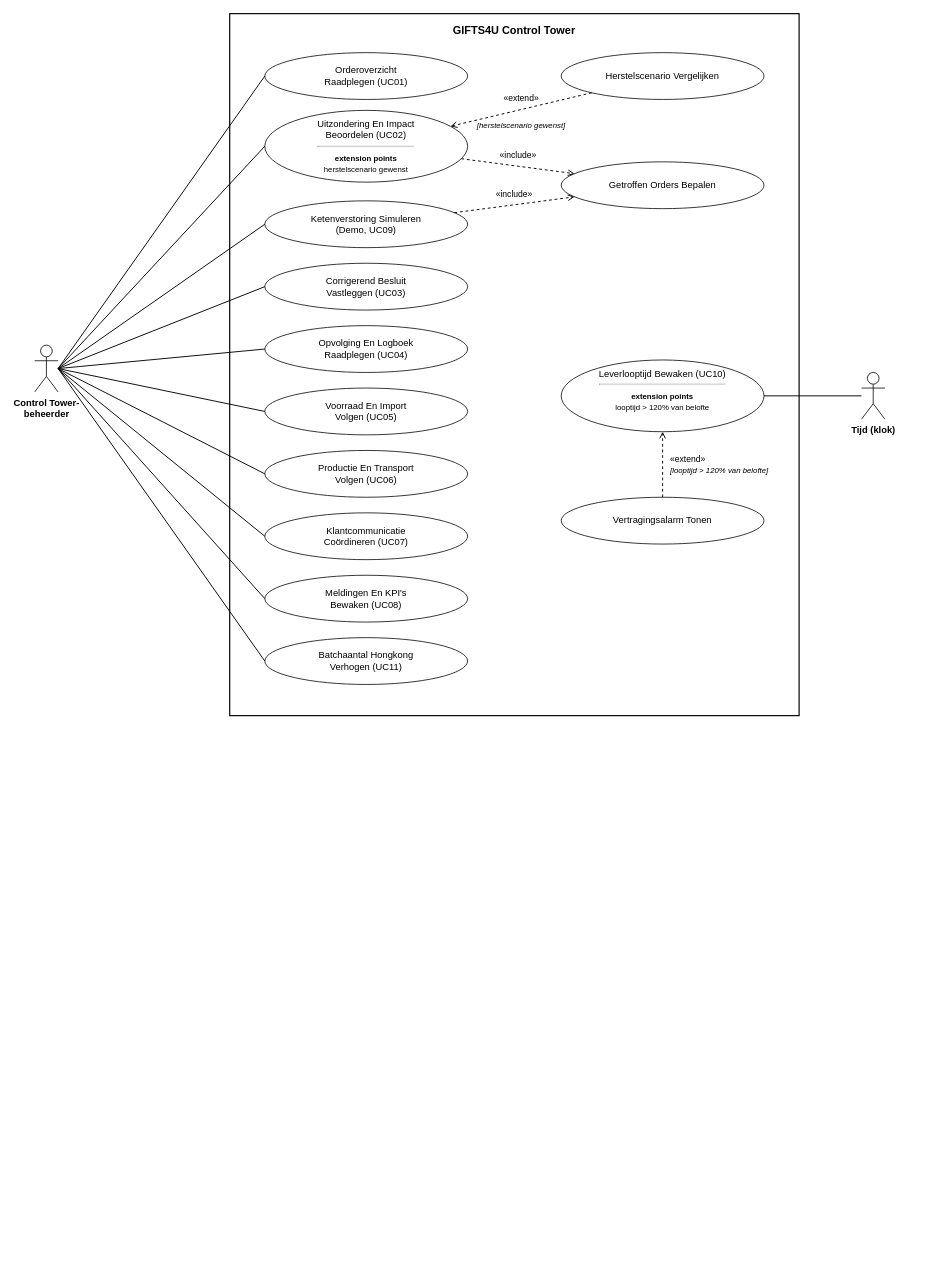
Before: products/system context/use-case-diagram.drawio in Immanuel-Cairo/gifts4u-control-tower, a draw.io diagram. Source tidied: cells renumbered, new cells numbered last; positions are measured from the earlier drawing's top-left corner, leaving out a move shared by most shapes. Both pictures are drawn from the tidied source at 78%, with x=0, y=0 at pixel (34, 13).
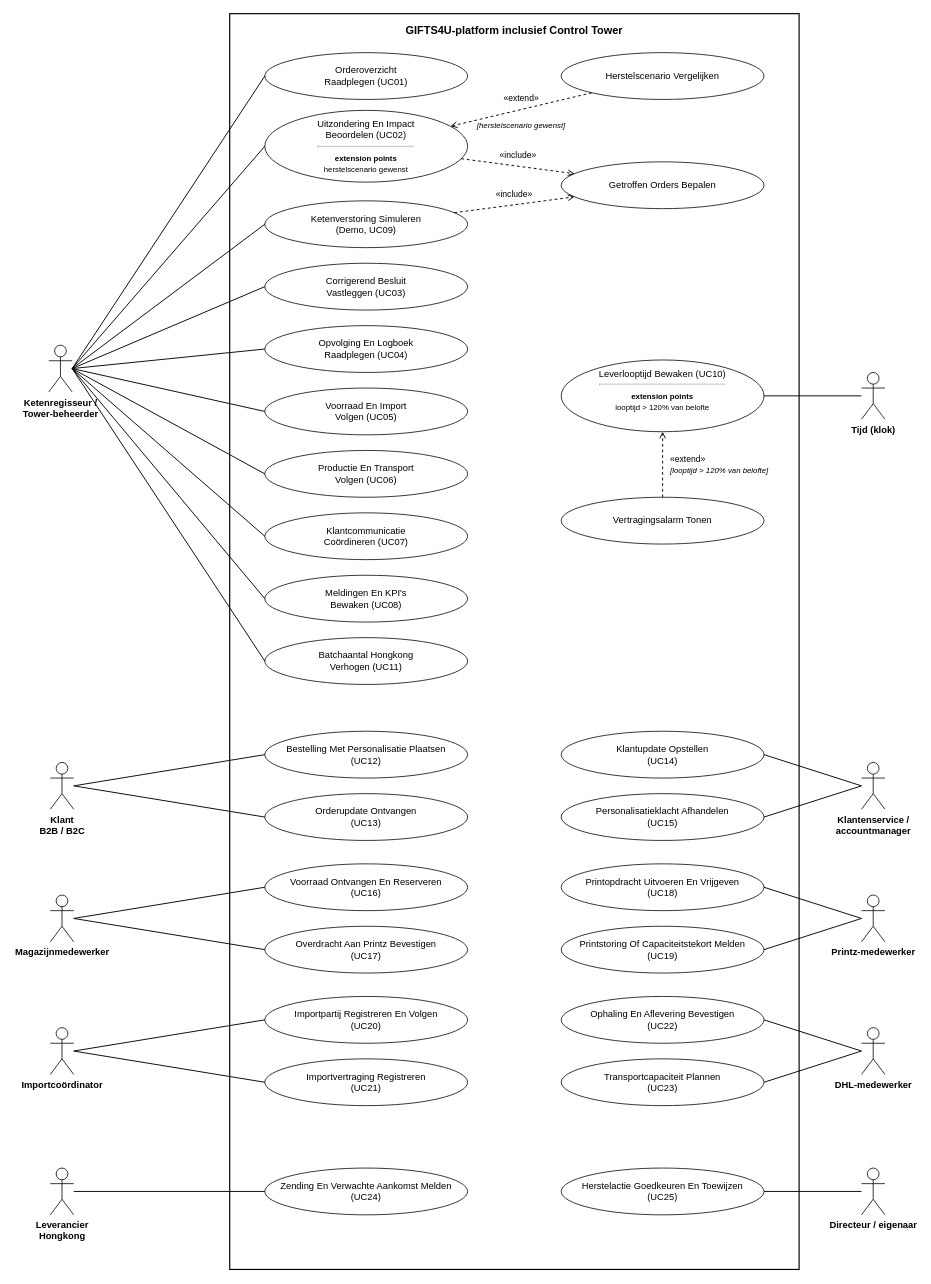
After the change.

Commit message (it also covers changes not shown here):
Herstel de ketenrollen in het GIFTS4U-use-casediagram (#73)

The change refers to these unchanged cells:
```xml
<mxCell id="5" value="Uitzondering En Impact&lt;br&gt;Beoordelen (UC02)&lt;hr&gt;&lt;b style=&quot;font-size:10px&quot;&gt;extension points&lt;/b&gt;&lt;br&gt;&lt;span style=&quot;font-size:10px&quot;&gt;herstelscenario gewenst&lt;/span&gt;" style="ellipse;html=1;whiteSpace=wrap;fontFamily=Arial;fontSize=12;verticalAlign=top;spacingTop=4;" parent="1" vertex="1">
  <mxGeometry x="295" y="124" width="260" height="92" as="geometry" />
</mxCell>
<mxCell id="6" value="Ketenverstoring Simuleren&lt;br&gt;(Demo, UC09)" style="ellipse;html=1;whiteSpace=wrap;fontFamily=Arial;fontSize=12;" parent="1" vertex="1">
  <mxGeometry x="295" y="240" width="260" height="60" as="geometry" />
</mxCell>
<mxCell id="14" value="Herstelscenario Vergelijken" style="ellipse;html=1;whiteSpace=wrap;fontFamily=Arial;fontSize=12;" parent="1" vertex="1">
  <mxGeometry x="675" y="50" width="260" height="60" as="geometry" />
</mxCell>
<mxCell id="15" value="Getroffen Orders Bepalen" style="ellipse;html=1;whiteSpace=wrap;fontFamily=Arial;fontSize=12;" parent="1" vertex="1">
  <mxGeometry x="675" y="190" width="260" height="60" as="geometry" />
</mxCell>
<mxCell id="16" value="Leverlooptijd Bewaken (UC10)&lt;hr&gt;&lt;b style=&quot;font-size:10px&quot;&gt;extension points&lt;/b&gt;&lt;br&gt;&lt;span style=&quot;font-size:10px&quot;&gt;looptijd &gt; 120% van belofte&lt;/span&gt;" style="ellipse;html=1;whiteSpace=wrap;fontFamily=Arial;fontSize=12;verticalAlign=top;spacingTop=4;" parent="1" vertex="1">
  <mxGeometry x="675" y="444" width="260" height="92" as="geometry" />
</mxCell>
<mxCell id="17" value="Vertragingsalarm Tonen" style="ellipse;html=1;whiteSpace=wrap;fontFamily=Arial;fontSize=12;" parent="1" vertex="1">
  <mxGeometry x="675" y="620" width="260" height="60" as="geometry" />
</mxCell>
<mxCell id="19" value="Tijd (klok)" style="shape=umlActor;verticalLabelPosition=bottom;verticalAlign=top;html=1;fontStyle=1;fontFamily=Arial;" parent="1" vertex="1">
  <mxGeometry x="1060" y="460" width="30" height="60" as="geometry" />
</mxCell>
```

What changed in the source:
```diff
@@
     <mxCell id="2" style="rounded=0;html=1;fillColor=none;strokeColor=#000000;strokeWidth=1.5;" parent="1" vertex="1">
-      <mxGeometry x="250" width="730" height="900" as="geometry" />
+      <mxGeometry x="250" width="730" height="1610" as="geometry" />
     </mxCell>
-    <mxCell id="3" value="GIFTS4U Control Tower" style="text;html=1;whiteSpace=wrap;fontFamily=Arial;align=center;verticalAlign=middle;fontColor=#000000;fontSize=14;fontStyle=1;" parent="1" vertex="1">
+    <mxCell id="3" value="GIFTS4U-platform inclusief Control Tower" style="text;html=1;whiteSpace=wrap;fontFamily=Arial;align=center;verticalAlign=middle;fontColor=#000000;fontSize=14;fontStyle=1;" parent="1" vertex="1">
       <mxGeometry x="465" y="13" width="300" height="18" as="geometry" />
     </mxCell>
@@
+    <mxCell id="41" value="Bestelling Met Personalisatie Plaatsen&lt;br&gt;(UC12)" style="ellipse;html=1;whiteSpace=wrap;fontFamily=Arial;fontSize=12;" parent="1" vertex="1">
+      <mxGeometry x="295" y="920" width="260" height="60" as="geometry" />
+    </mxCell>
+    <mxCell id="42" value="Orderupdate Ontvangen&lt;br&gt;(UC13)" style="ellipse;html=1;whiteSpace=wrap;fontFamily=Arial;fontSize=12;" parent="1" vertex="1">
+      <mxGeometry x="295" y="1000" width="260" height="60" as="geometry" />
+    </mxCell>
+    <mxCell id="43" value="Klantupdate Opstellen&lt;br&gt;(UC14)" style="ellipse;html=1;whiteSpace=wrap;fontFamily=Arial;fontSize=12;" parent="1" vertex="1">
+      <mxGeometry x="675" y="920" width="260" height="60" as="geometry" />
+    </mxCell>
+    <mxCell id="44" value="Personalisatieklacht Afhandelen&lt;br&gt;(UC15)" style="ellipse;html=1;whiteSpace=wrap;fontFamily=Arial;fontSize=12;" parent="1" vertex="1">
+      <mxGeometry x="675" y="1000" width="260" height="60" as="geometry" />
+    </mxCell>
+    <mxCell id="45" value="Voorraad Ontvangen En Reserveren&lt;br&gt;(UC16)" style="ellipse;html=1;whiteSpace=wrap;fontFamily=Arial;fontSize=12;" parent="1" vertex="1">
+      <mxGeometry x="295" y="1090" width="260" height="60" as="geometry" />
+    </mxCell>
+    <mxCell id="46" value="Overdracht Aan Printz Bevestigen&lt;br&gt;(UC17)" style="ellipse;html=1;whiteSpace=wrap;fontFamily=Arial;fontSize=12;" parent="1" vertex="1">
+      <mxGeometry x="295" y="1170" width="260" height="60" as="geometry" />
+    </mxCell>
+    <mxCell id="47" value="Printopdracht Uitvoeren En Vrijgeven&lt;br&gt;(UC18)" style="ellipse;html=1;whiteSpace=wrap;fontFamily=Arial;fontSize=12;" parent="1" vertex="1">
+      <mxGeometry x="675" y="1090" width="260" height="60" as="geometry" />
+    </mxCell>
+    <mxCell id="48" value="Printstoring Of Capaciteitstekort Melden&lt;br&gt;(UC19)" style="ellipse;html=1;whiteSpace=wrap;fontFamily=Arial;fontSize=12;" parent="1" vertex="1">
+      <mxGeometry x="675" y="1170" width="260" height="60" as="geometry" />
+    </mxCell>
+    <mxCell id="49" value="Importpartij Registreren En Volgen&lt;br&gt;(UC20)" style="ellipse;html=1;whiteSpace=wrap;fontFamily=Arial;fontSize=12;" parent="1" vertex="1">
+      <mxGeometry x="295" y="1260" width="260" height="60" as="geometry" />
+    </mxCell>
+    <mxCell id="50" value="Importvertraging Registreren&lt;br&gt;(UC21)" style="ellipse;html=1;whiteSpace=wrap;fontFamily=Arial;fontSize=12;" parent="1" vertex="1">
+      <mxGeometry x="295" y="1340" width="260" height="60" as="geometry" />
+    </mxCell>
+    <mxCell id="51" value="Ophaling En Aflevering Bevestigen&lt;br&gt;(UC22)" style="ellipse;html=1;whiteSpace=wrap;fontFamily=Arial;fontSize=12;" parent="1" vertex="1">
+      <mxGeometry x="675" y="1260" width="260" height="60" as="geometry" />
+    </mxCell>
+    <mxCell id="52" value="Transportcapaciteit Plannen&lt;br&gt;(UC23)" style="ellipse;html=1;whiteSpace=wrap;fontFamily=Arial;fontSize=12;" parent="1" vertex="1">
+      <mxGeometry x="675" y="1340" width="260" height="60" as="geometry" />
+    </mxCell>
+    <mxCell id="53" value="Zending En Verwachte Aankomst Melden&lt;br&gt;(UC24)" style="ellipse;html=1;whiteSpace=wrap;fontFamily=Arial;fontSize=12;" parent="1" vertex="1">
+      <mxGeometry x="295" y="1480" width="260" height="60" as="geometry" />
+    </mxCell>
+    <mxCell id="54" value="Herstelactie Goedkeuren En Toewijzen&lt;br&gt;(UC25)" style="ellipse;html=1;whiteSpace=wrap;fontFamily=Arial;fontSize=12;" parent="1" vertex="1">
+      <mxGeometry x="675" y="1480" width="260" height="60" as="geometry" />
+    </mxCell>
@@
-    <mxCell id="18" value="Control Tower-&lt;br&gt;beheerder" style="shape=umlActor;verticalLabelPosition=bottom;verticalAlign=top;html=1;fontStyle=1;fontFamily=Arial;" parent="1" vertex="1">
-      <mxGeometry y="425" width="30" height="60" as="geometry" />
+    <mxCell id="18" value="Ketenregisseur /&lt;br&gt;Tower-beheerder" style="shape=umlActor;verticalLabelPosition=bottom;verticalAlign=top;html=1;fontStyle=1;fontFamily=Arial;" parent="1" vertex="1">
+      <mxGeometry x="18" y="425" width="30" height="60" as="geometry" />
     </mxCell>
+    <mxCell id="55" value="Klant&lt;br&gt;B2B / B2C" style="shape=umlActor;verticalLabelPosition=bottom;verticalAlign=top;html=1;fontStyle=1;fontFamily=Arial;" parent="1" vertex="1">
+      <mxGeometry x="20" y="960" width="30" height="60" as="geometry" />
+    </mxCell>
+    <mxCell id="56" value="Klantenservice /&lt;br&gt;accountmanager" style="shape=umlActor;verticalLabelPosition=bottom;verticalAlign=top;html=1;fontStyle=1;fontFamily=Arial;" parent="1" vertex="1">
+      <mxGeometry x="1060" y="960" width="30" height="60" as="geometry" />
+    </mxCell>
+    <mxCell id="57" value="Magazijnmedewerker" style="shape=umlActor;verticalLabelPosition=bottom;verticalAlign=top;html=1;fontStyle=1;fontFamily=Arial;" parent="1" vertex="1">
+      <mxGeometry x="20" y="1130" width="30" height="60" as="geometry" />
+    </mxCell>
+    <mxCell id="58" value="Printz-medewerker" style="shape=umlActor;verticalLabelPosition=bottom;verticalAlign=top;html=1;fontStyle=1;fontFamily=Arial;" parent="1" vertex="1">
+      <mxGeometry x="1060" y="1130" width="30" height="60" as="geometry" />
+    </mxCell>
+    <mxCell id="59" value="Importcoördinator" style="shape=umlActor;verticalLabelPosition=bottom;verticalAlign=top;html=1;fontStyle=1;fontFamily=Arial;" parent="1" vertex="1">
+      <mxGeometry x="20" y="1300" width="30" height="60" as="geometry" />
+    </mxCell>
+    <mxCell id="60" value="DHL-medewerker" style="shape=umlActor;verticalLabelPosition=bottom;verticalAlign=top;html=1;fontStyle=1;fontFamily=Arial;" parent="1" vertex="1">
+      <mxGeometry x="1060" y="1300" width="30" height="60" as="geometry" />
+    </mxCell>
+    <mxCell id="61" value="Leverancier&lt;br&gt;Hongkong" style="shape=umlActor;verticalLabelPosition=bottom;verticalAlign=top;html=1;fontStyle=1;fontFamily=Arial;" parent="1" vertex="1">
+      <mxGeometry x="20" y="1480" width="30" height="60" as="geometry" />
+    </mxCell>
+    <mxCell id="62" value="Directeur / eigenaar" style="shape=umlActor;verticalLabelPosition=bottom;verticalAlign=top;html=1;fontStyle=1;fontFamily=Arial;" parent="1" vertex="1">
+      <mxGeometry x="1060" y="1480" width="30" height="60" as="geometry" />
+    </mxCell>
@@
-    <mxCell id="30" style="edgeStyle=none;html=1;rounded=0;strokeColor=#000000;strokeWidth=1.2;exitX=0;exitY=0.5;exitDx=0;exitDy=0;entryX=1;entryY=0.5;entryDx=0;entryDy=0;endArrow=none;startArrow=none;" parent="1" edge="1" source="19" target="16">
+    <mxCell id="30" style="edgeStyle=none;html=1;rounded=0;strokeColor=#000000;strokeWidth=1.2;exitX=1;exitY=0.5;exitDx=0;exitDy=0;entryX=0;entryY=0.5;entryDx=0;entryDy=0;endArrow=none;startArrow=none;" parent="1" edge="1" source="55" target="41">
       <mxGeometry relative="1" as="geometry" />
     </mxCell>
-    <mxCell id="31" style="edgeStyle=none;html=1;rounded=0;strokeColor=#000000;strokeWidth=1.2;endArrow=open;endFill=0;startArrow=none;dashed=1;" parent="1" edge="1" source="14" target="5">
+    <mxCell id="31" style="edgeStyle=none;html=1;rounded=0;strokeColor=#000000;strokeWidth=1.2;exitX=1;exitY=0.5;exitDx=0;exitDy=0;entryX=0;entryY=0.5;entryDx=0;entryDy=0;endArrow=none;startArrow=none;" parent="1" edge="1" source="55" target="42">
       <mxGeometry relative="1" as="geometry" />
     </mxCell>
+    <mxCell id="34" style="edgeStyle=none;html=1;rounded=0;strokeColor=#000000;strokeWidth=1.2;exitX=0;exitY=0.5;exitDx=0;exitDy=0;entryX=1;entryY=0.5;entryDx=0;entryDy=0;endArrow=none;startArrow=none;" parent="1" edge="1" source="56" target="43">
+      <mxGeometry relative="1" as="geometry" />
+    </mxCell>
+    <mxCell id="36" style="edgeStyle=none;html=1;rounded=0;strokeColor=#000000;strokeWidth=1.2;exitX=0;exitY=0.5;exitDx=0;exitDy=0;entryX=1;entryY=0.5;entryDx=0;entryDy=0;endArrow=none;startArrow=none;" parent="1" edge="1" source="56" target="44">
+      <mxGeometry relative="1" as="geometry" />
+    </mxCell>
+    <mxCell id="38" style="edgeStyle=none;html=1;rounded=0;strokeColor=#000000;strokeWidth=1.2;exitX=1;exitY=0.5;exitDx=0;exitDy=0;entryX=0;entryY=0.5;entryDx=0;entryDy=0;endArrow=none;startArrow=none;" parent="1" edge="1" source="57" target="45">
+      <mxGeometry relative="1" as="geometry" />
+    </mxCell>
+    <mxCell id="63" style="edgeStyle=none;html=1;rounded=0;strokeColor=#000000;strokeWidth=1.2;exitX=1;exitY=0.5;exitDx=0;exitDy=0;entryX=0;entryY=0.5;entryDx=0;entryDy=0;endArrow=none;startArrow=none;" parent="1" edge="1" source="57" target="46">
+      <mxGeometry relative="1" as="geometry" />
+    </mxCell>
+    <mxCell id="64" style="edgeStyle=none;html=1;rounded=0;strokeColor=#000000;strokeWidth=1.2;exitX=0;exitY=0.5;exitDx=0;exitDy=0;entryX=1;entryY=0.5;entryDx=0;entryDy=0;endArrow=none;startArrow=none;" parent="1" edge="1" source="58" target="47">
+      <mxGeometry relative="1" as="geometry" />
+    </mxCell>
+    <mxCell id="65" style="edgeStyle=none;html=1;rounded=0;strokeColor=#000000;strokeWidth=1.2;exitX=0;exitY=0.5;exitDx=0;exitDy=0;entryX=1;entryY=0.5;entryDx=0;entryDy=0;endArrow=none;startArrow=none;" parent="1" edge="1" source="58" target="48">
+      <mxGeometry relative="1" as="geometry" />
+    </mxCell>
+    <mxCell id="66" style="edgeStyle=none;html=1;rounded=0;strokeColor=#000000;strokeWidth=1.2;exitX=1;exitY=0.5;exitDx=0;exitDy=0;entryX=0;entryY=0.5;entryDx=0;entryDy=0;endArrow=none;startArrow=none;" parent="1" edge="1" source="59" target="49">
+      <mxGeometry relative="1" as="geometry" />
+    </mxCell>
+    <mxCell id="67" style="edgeStyle=none;html=1;rounded=0;strokeColor=#000000;strokeWidth=1.2;exitX=1;exitY=0.5;exitDx=0;exitDy=0;entryX=0;entryY=0.5;entryDx=0;entryDy=0;endArrow=none;startArrow=none;" parent="1" edge="1" source="59" target="50">
+      <mxGeometry relative="1" as="geometry" />
+    </mxCell>
+    <mxCell id="68" style="edgeStyle=none;html=1;rounded=0;strokeColor=#000000;strokeWidth=1.2;exitX=0;exitY=0.5;exitDx=0;exitDy=0;entryX=1;entryY=0.5;entryDx=0;entryDy=0;endArrow=none;startArrow=none;" parent="1" edge="1" source="60" target="51">
+      <mxGeometry relative="1" as="geometry" />
+    </mxCell>
+    <mxCell id="69" style="edgeStyle=none;html=1;rounded=0;strokeColor=#000000;strokeWidth=1.2;exitX=0;exitY=0.5;exitDx=0;exitDy=0;entryX=1;entryY=0.5;entryDx=0;entryDy=0;endArrow=none;startArrow=none;" parent="1" edge="1" source="60" target="52">
+      <mxGeometry relative="1" as="geometry" />
+    </mxCell>
+    <mxCell id="70" style="edgeStyle=none;html=1;rounded=0;strokeColor=#000000;strokeWidth=1.2;exitX=1;exitY=0.5;exitDx=0;exitDy=0;entryX=0;entryY=0.5;entryDx=0;entryDy=0;endArrow=none;startArrow=none;" parent="1" edge="1" source="61" target="53">
+      <mxGeometry relative="1" as="geometry" />
+    </mxCell>
+    <mxCell id="71" style="edgeStyle=none;html=1;rounded=0;strokeColor=#000000;strokeWidth=1.2;exitX=0;exitY=0.5;exitDx=0;exitDy=0;entryX=1;entryY=0.5;entryDx=0;entryDy=0;endArrow=none;startArrow=none;" parent="1" edge="1" source="62" target="54">
+      <mxGeometry relative="1" as="geometry" />
+    </mxCell>
+    <mxCell id="72" style="edgeStyle=none;html=1;rounded=0;strokeColor=#000000;strokeWidth=1.2;exitX=0;exitY=0.5;exitDx=0;exitDy=0;entryX=1;entryY=0.5;entryDx=0;entryDy=0;endArrow=none;startArrow=none;" parent="1" edge="1" source="19" target="16">
+      <mxGeometry relative="1" as="geometry" />
+    </mxCell>
+    <mxCell id="73" style="edgeStyle=none;html=1;rounded=0;strokeColor=#000000;strokeWidth=1.2;endArrow=open;endFill=0;startArrow=none;dashed=1;" parent="1" edge="1" source="14" target="5">
+      <mxGeometry relative="1" as="geometry" />
+    </mxCell>
@@
-    <mxCell id="34" style="edgeStyle=none;html=1;rounded=0;strokeColor=#000000;strokeWidth=1.2;endArrow=open;endFill=0;startArrow=none;dashed=1;" parent="1" edge="1" source="5" target="15">
-      <mxGeometry relative="1" as="geometry" />
-    </mxCell>
+    <mxCell id="74" style="edgeStyle=none;html=1;rounded=0;strokeColor=#000000;strokeWidth=1.2;endArrow=open;endFill=0;startArrow=none;dashed=1;" parent="1" edge="1" source="5" target="15">
+      <mxGeometry relative="1" as="geometry" />
+    </mxCell>
@@
-    <mxCell id="36" style="edgeStyle=none;html=1;rounded=0;strokeColor=#000000;strokeWidth=1.2;endArrow=open;endFill=0;startArrow=none;dashed=1;" parent="1" edge="1" source="6" target="15">
-      <mxGeometry relative="1" as="geometry" />
-    </mxCell>
+    <mxCell id="75" style="edgeStyle=none;html=1;rounded=0;strokeColor=#000000;strokeWidth=1.2;endArrow=open;endFill=0;startArrow=none;dashed=1;" parent="1" edge="1" source="6" target="15">
+      <mxGeometry relative="1" as="geometry" />
+    </mxCell>
@@
-    <mxCell id="38" style="edgeStyle=none;html=1;rounded=0;strokeColor=#000000;strokeWidth=1.2;endArrow=open;endFill=0;startArrow=none;dashed=1;" parent="1" edge="1" source="17" target="16">
-      <mxGeometry relative="1" as="geometry" />
-    </mxCell>
+    <mxCell id="76" style="edgeStyle=none;html=1;rounded=0;strokeColor=#000000;strokeWidth=1.2;endArrow=open;endFill=0;startArrow=none;dashed=1;" parent="1" edge="1" source="17" target="16">
+      <mxGeometry relative="1" as="geometry" />
+    </mxCell>
```
